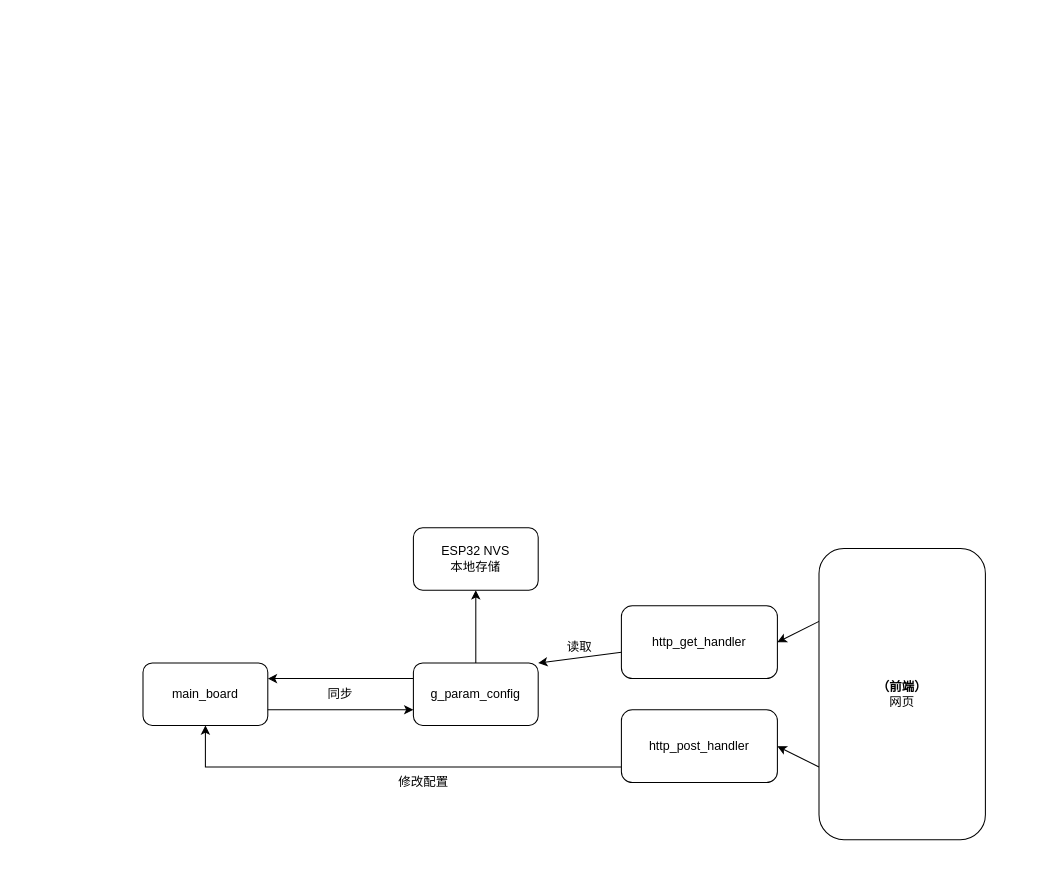
Aweisile69/esp32_module_for_evse_mode3 keeps this draw.io diagram as documents/前后端数据流向图.drawio. Above is the earlier version. Source tidied: cells renumbered, new cells numbered last; positions are measured from the earlier drawing's top-left corner, leaving out a move shared by most shapes. Both pictures are drawn from the tidied source at 104%, with x=0, y=0 at pixel (142, 527).
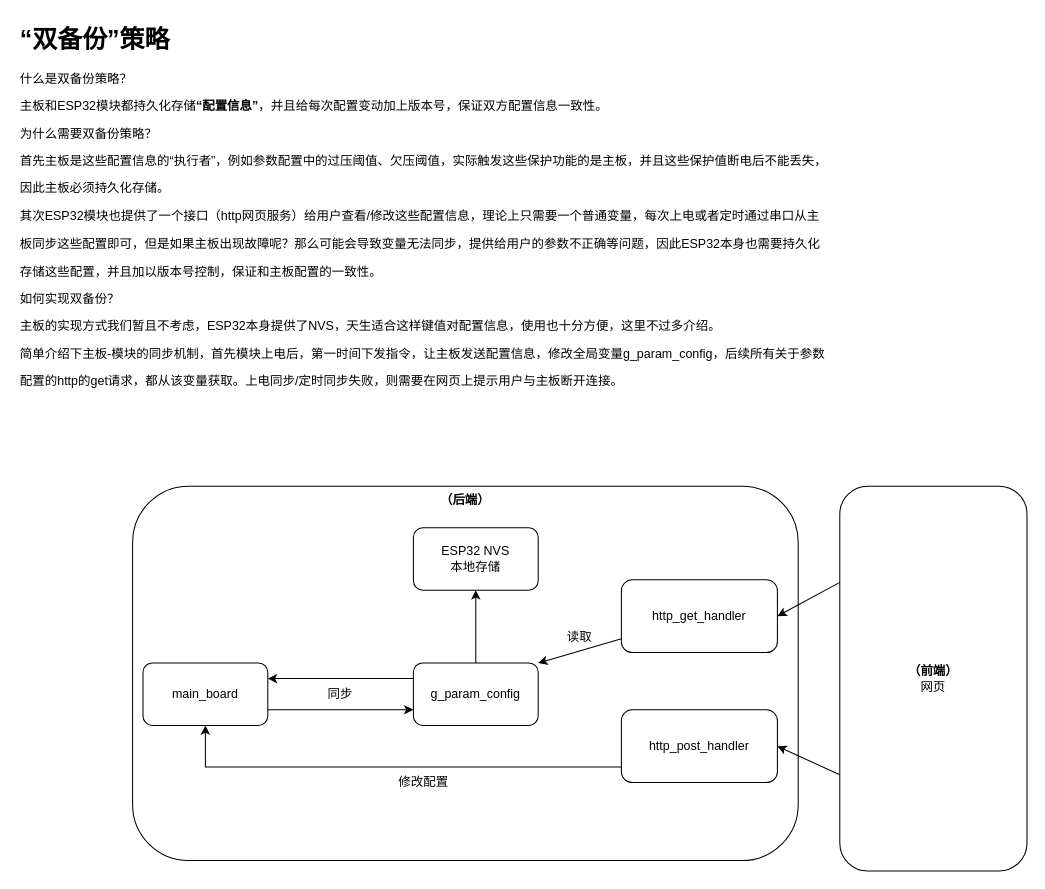
The same diagram, later.

Commit message (it also covers changes not shown here):
新增了主程序流程的drawio文件，考虑整体程序思路

Change to the diagram source:
```diff
@@
+    <mxCell id="18" value="&lt;div&gt;&lt;b&gt;（后端）&lt;/b&gt;&lt;/div&gt;" style="rounded=1;whiteSpace=wrap;html=1;verticalAlign=top;textShadow=0;" parent="1" vertex="1">
+      <mxGeometry x="-10" y="-40" width="640" height="360" as="geometry" />
+    </mxCell>
@@
     <mxCell id="10" value="http_get_handler" style="rounded=1;whiteSpace=wrap;html=1;" parent="1" vertex="1">
-      <mxGeometry x="460" y="75" width="150" height="70" as="geometry" />
+      <mxGeometry x="460" y="50" width="150" height="70" as="geometry" />
     </mxCell>
@@
     <mxCell id="13" value="读取" style="text;html=1;align=center;verticalAlign=middle;whiteSpace=wrap;rounded=0;" parent="1" vertex="1">
-      <mxGeometry x="390" y="100" width="60" height="30" as="geometry" />
+      <mxGeometry x="390" y="90" width="60" height="30" as="geometry" />
     </mxCell>
@@
     <mxCell id="17" value="&lt;div&gt;&lt;b&gt;（前端）&lt;/b&gt;&lt;/div&gt;网页" style="rounded=1;whiteSpace=wrap;html=1;" parent="1" vertex="1">
-      <mxGeometry x="650" y="20" width="160" height="280" as="geometry" />
+      <mxGeometry x="670" y="-40" width="180" height="370" as="geometry" />
     </mxCell>
+    <mxCell id="19" value="&lt;h1 style=&quot;margin-top: 0px;&quot;&gt;“双备份”策略&lt;/h1&gt;&lt;p&gt;什么是双备份策略？&lt;/p&gt;&lt;p&gt;主板和ESP32模块都持久化存储&lt;b&gt;“&lt;span style=&quot;background-color: transparent; color: light-dark(rgb(0, 0, 0), rgb(255, 255, 255));&quot;&gt;配置信息&lt;/span&gt;&lt;/b&gt;&lt;span style=&quot;background-color: transparent; color: light-dark(rgb(0, 0, 0), rgb(255, 255, 255));&quot;&gt;&lt;b&gt;”&lt;/b&gt;，并且给每次配置变动加上版本号，保证双方配置信息一致性。&lt;/span&gt;&lt;/p&gt;&lt;p&gt;为什么需要双备份策略？&lt;/p&gt;&lt;p&gt;首先主板是这些配置信息的“执行者”，例如参数配置中的过压阈值、欠压阈值，实际触发这些保护功能的是主板，并且这些保护值断电后不能丢失，&lt;/p&gt;&lt;p&gt;因此主板必须持久化存储。&lt;/p&gt;&lt;p&gt;其次ESP32模块也提供了一个接口（http网页服务）给用户查看/修改这些配置信息，理论上只需要一个普通变量，每次上电或者定时通过串口从主&lt;/p&gt;&lt;p&gt;板同步这些配置即可，但是如果主板出现故障呢？那么可能会导致变量无法同步，提供给用户的参数不正确等问题，因此ESP32本身也需要持久化&lt;/p&gt;&lt;p&gt;存储这些配置，并且加以版本号控制，保证和主板配置的一致性。&lt;/p&gt;&lt;p&gt;如何实现双备份？&lt;/p&gt;&lt;p&gt;主板的实现方式我们暂且不考虑，ESP32本身提供了NVS，天生适合这样键值对配置信息，使用也十分方便，这里不过多介绍。&lt;/p&gt;&lt;p&gt;简单介绍下主板-模块的同步机制，首先模块上电后，第一时间下发指令，让主板发送配置信息，修改全局变量g_param_config，后续所有关于参数&lt;/p&gt;&lt;p&gt;配置的http的get请求，都从该变量获取。上电同步/定时同步失败，则需要在网页上提示用户与主板断开连接。&lt;/p&gt;" style="text;html=1;whiteSpace=wrap;overflow=hidden;rounded=0;" parent="1" vertex="1">
+      <mxGeometry x="-120" y="-490" width="840" height="360" as="geometry" />
+    </mxCell>
```
